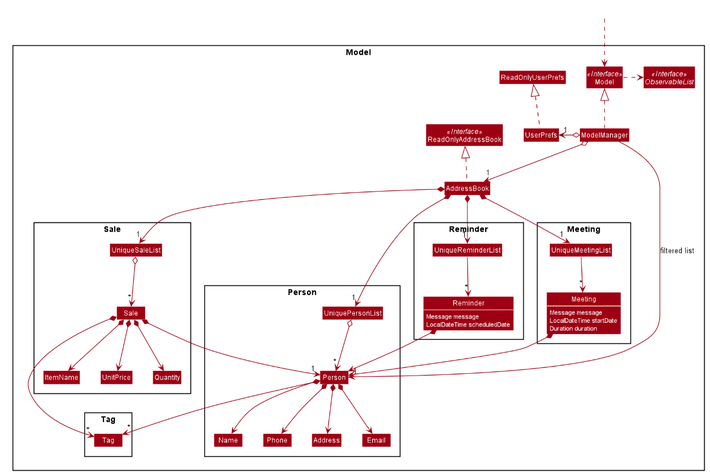
The PlantUML diagram docs/images/ModelClassDiagram.png in sebastiantoh/tp, before a commit. Its source is kept beside it as docs/diagrams/ModelClassDiagram.puml.
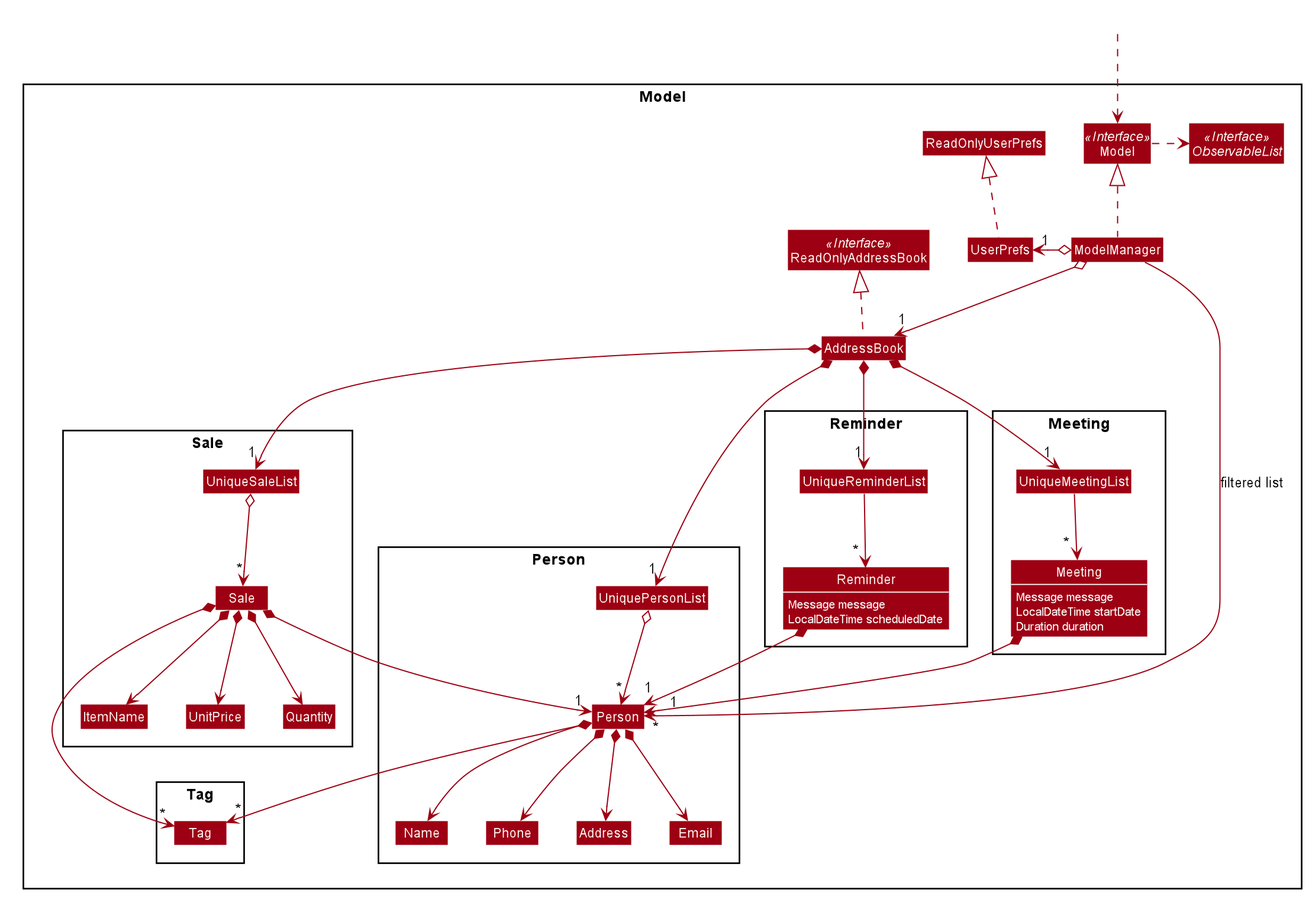
Above is the later version.

Commit message:
Fix overlapping multiplicity in class diagrams

Change to the diagram source:
```diff
@@ -28,12 +28,12 @@
         Class Tag
     }
 
-    Package Meeting {
+    Package Meeting\n {
         Class Meeting
         Class UniqueMeetingList
     }
 
-    Package Reminder {
+    Package Reminder\n {
         Class Reminder
         Class UniqueReminderList
     }
@@ -68,15 +68,15 @@
 Person *--> "*" Tag
 
 AddressBook *--> "1" UniqueMeetingList
-UniqueMeetingList --> "*" Meeting
-Meeting *--> Person
+UniqueMeetingList --> "                    *" Meeting
+Meeting *--> "    1" Person
 Meeting : Message message
 Meeting : LocalDateTime startDate
 Meeting : Duration duration
 
 AddressBook *--> "1" UniqueReminderList
-UniqueReminderList --> "*" Reminder
-Reminder *--> Person
+UniqueReminderList --> "              *" Reminder
+Reminder *--> "   1" Person
 Reminder : Message message
 Reminder : LocalDateTime scheduledDate
 
@@ -94,7 +94,7 @@
 Phone -[hidden]right-> Address
 Address -[hidden]right-> Email
 
-ModelManager -->"1" Person : filtered list
+ModelManager -->"*" Person : filtered list
 
 show Reminder fields
 show Meeting fields
```
